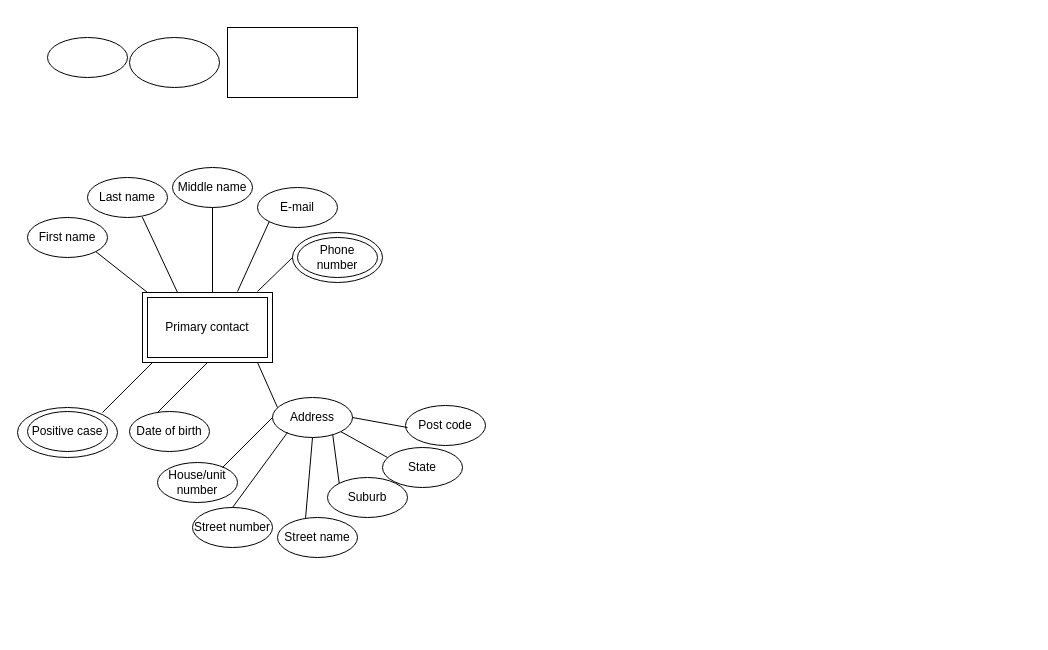
This is Untitled Diagram.drawio from pingtingw/info20003, a draw.io file, before an edit. Source tidied: cells renumbered, new cells numbered last; positions are measured from the earlier drawing's top-left corner, leaving out a move shared by most shapes. Both pictures are drawn from the tidied source at 100%, with x=0, y=0 at pixel (17, 27).
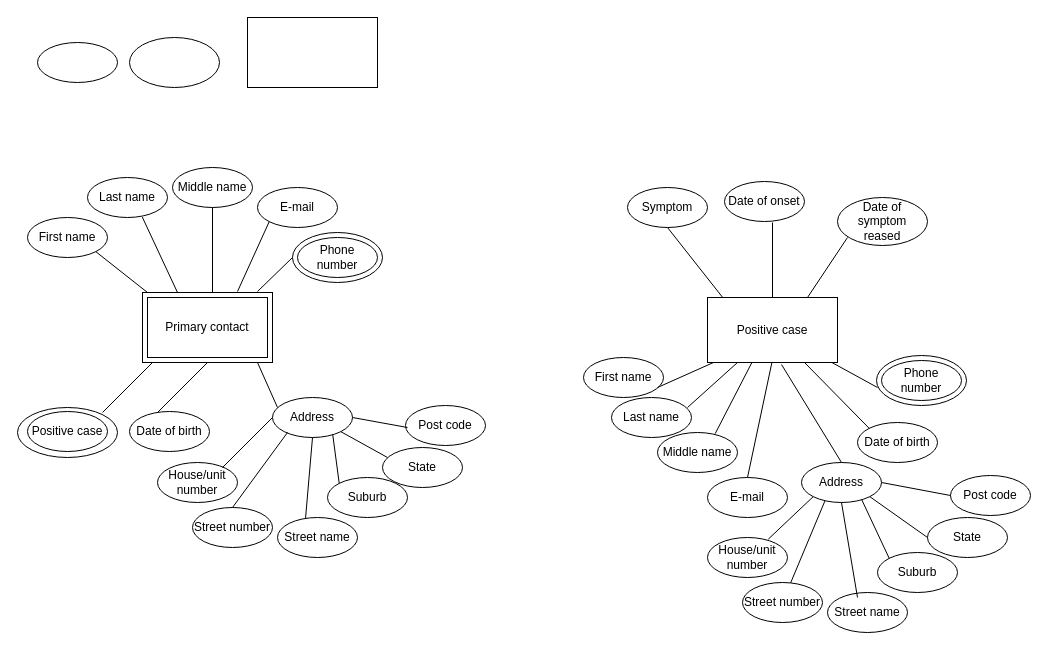
The same diagram, later.

Change to the diagram source:
```diff
@@
     <mxCell id="24" style="ellipse;whiteSpace=wrap;html=1;fillColor=none;gradientColor=none;" parent="1" vertex="1">
-      <mxGeometry x="30" y="10" width="80" height="40" as="geometry" />
+      <mxGeometry x="20" y="15" width="80" height="40" as="geometry" />
     </mxCell>
@@
     <mxCell id="37" style="rounded=0;whiteSpace=wrap;html=1;fillColor=none;" parent="1" vertex="1">
-      <mxGeometry x="210" width="130" height="70" as="geometry" />
+      <mxGeometry x="230" y="-10" width="130" height="70" as="geometry" />
     </mxCell>
+    <mxCell id="38" value="Positive case" style="rounded=0;whiteSpace=wrap;html=1;fillColor=none;" parent="1" vertex="1">
+      <mxGeometry x="690" y="270" width="130" height="65" as="geometry" />
+    </mxCell>
+    <mxCell id="39" style="endArrow=none;html=1;entryX=0.5;entryY=1;entryDx=0;entryDy=0;" parent="1" edge="1" target="42">
+      <mxGeometry relative="1" as="geometry">
+        <mxPoint x="705.2" y="270" as="sourcePoint" />
+      </mxGeometry>
+    </mxCell>
+    <mxCell id="40" style="endArrow=none;html=1;exitX=0.5;exitY=0;exitDx=0;exitDy=0;" parent="1" edge="1" source="38">
+      <mxGeometry relative="1" as="geometry">
+        <mxPoint x="755" y="195" as="targetPoint" />
+      </mxGeometry>
+    </mxCell>
+    <mxCell id="41" style="endArrow=none;html=1;" parent="1" edge="1">
+      <mxGeometry relative="1" as="geometry">
+        <mxPoint x="790" y="270" as="sourcePoint" />
+        <mxPoint x="830" y="210" as="targetPoint" />
+      </mxGeometry>
+    </mxCell>
+    <mxCell id="42" value="Symptom" style="ellipse;whiteSpace=wrap;html=1;fillColor=none;gradientColor=none;" parent="1" vertex="1">
+      <mxGeometry x="610" y="160" width="80" height="40" as="geometry" />
+    </mxCell>
+    <mxCell id="43" value="Date of onset" style="ellipse;whiteSpace=wrap;html=1;fillColor=none;gradientColor=none;" parent="1" vertex="1">
+      <mxGeometry x="707" y="154" width="80" height="40" as="geometry" />
+    </mxCell>
+    <mxCell id="44" value="Date of symptom reased" style="ellipse;whiteSpace=wrap;html=1;fillColor=none;gradientColor=none;" parent="1" vertex="1">
+      <mxGeometry x="820" y="170" width="90" height="48" as="geometry" />
+    </mxCell>
+    <mxCell id="45" style="endArrow=none;html=1;exitX=0.5;exitY=0;exitDx=0;exitDy=0;" parent="1" edge="1" source="55">
+      <mxGeometry relative="1" as="geometry">
+        <mxPoint x="754.4" y="335" as="targetPoint" />
+      </mxGeometry>
+    </mxCell>
+    <mxCell id="46" style="endArrow=none;html=1;" parent="1" edge="1">
+      <mxGeometry relative="1" as="geometry">
+        <mxPoint x="640" y="360" as="sourcePoint" />
+        <mxPoint x="696" y="335" as="targetPoint" />
+      </mxGeometry>
+    </mxCell>
+    <mxCell id="47" style="endArrow=none;html=1;" parent="1" edge="1">
+      <mxGeometry relative="1" as="geometry">
+        <mxPoint x="670" y="380" as="sourcePoint" />
+        <mxPoint x="720" y="335" as="targetPoint" />
+      </mxGeometry>
+    </mxCell>
+    <mxCell id="48" style="endArrow=none;html=1;exitX=0.5;exitY=0;exitDx=0;exitDy=0;" parent="1" edge="1" source="69">
+      <mxGeometry relative="1" as="geometry">
+        <mxPoint x="764" y="337" as="targetPoint" />
+      </mxGeometry>
+    </mxCell>
+    <mxCell id="49" style="endArrow=none;html=1;exitX=0;exitY=0;exitDx=0;exitDy=0;" parent="1" edge="1" source="56">
+      <mxGeometry relative="1" as="geometry">
+        <mxPoint x="787" y="335" as="targetPoint" />
+      </mxGeometry>
+    </mxCell>
+    <mxCell id="50" style="endArrow=none;html=1;" parent="1" edge="1">
+      <mxGeometry relative="1" as="geometry">
+        <mxPoint x="860" y="360" as="sourcePoint" />
+        <mxPoint x="814.4" y="335" as="targetPoint" />
+      </mxGeometry>
+    </mxCell>
+    <mxCell id="51" style="endArrow=none;html=1;exitX=0.721;exitY=0.029;exitDx=0;exitDy=0;exitPerimeter=0;" parent="1" edge="1" source="54">
+      <mxGeometry relative="1" as="geometry">
+        <mxPoint x="734.4" y="335" as="targetPoint" />
+      </mxGeometry>
+    </mxCell>
+    <mxCell id="52" value="First name" style="ellipse;whiteSpace=wrap;html=1;fillColor=none;gradientColor=none;" parent="1" vertex="1">
+      <mxGeometry x="566" y="330" width="80" height="40" as="geometry" />
+    </mxCell>
+    <mxCell id="53" value="Last name" style="ellipse;whiteSpace=wrap;html=1;fillColor=none;gradientColor=none;" parent="1" vertex="1">
+      <mxGeometry x="594" y="370" width="80" height="40" as="geometry" />
+    </mxCell>
+    <mxCell id="54" value="Middle name" style="ellipse;whiteSpace=wrap;html=1;fillColor=none;gradientColor=none;" parent="1" vertex="1">
+      <mxGeometry x="640" y="405" width="80" height="40" as="geometry" />
+    </mxCell>
+    <mxCell id="55" value="E-mail" style="ellipse;whiteSpace=wrap;html=1;fillColor=none;gradientColor=none;" parent="1" vertex="1">
+      <mxGeometry x="690" y="450" width="80" height="40" as="geometry" />
+    </mxCell>
+    <mxCell id="56" value="Date of birth" style="ellipse;whiteSpace=wrap;html=1;fillColor=none;gradientColor=none;" parent="1" vertex="1">
+      <mxGeometry x="840" y="395" width="80" height="40" as="geometry" />
+    </mxCell>
+    <mxCell id="57" value="House/unit number" style="ellipse;whiteSpace=wrap;html=1;fillColor=none;gradientColor=none;" parent="1" vertex="1">
+      <mxGeometry x="690" y="510" width="80" height="40" as="geometry" />
+    </mxCell>
+    <mxCell id="58" value="Street number" style="ellipse;whiteSpace=wrap;html=1;fillColor=none;gradientColor=none;" parent="1" vertex="1">
+      <mxGeometry x="725" y="555" width="80" height="40" as="geometry" />
+    </mxCell>
+    <mxCell id="59" value="Street name" style="ellipse;whiteSpace=wrap;html=1;fillColor=none;gradientColor=none;" parent="1" vertex="1">
+      <mxGeometry x="810" y="565" width="80" height="40" as="geometry" />
+    </mxCell>
+    <mxCell id="60" value="Suburb" style="ellipse;whiteSpace=wrap;html=1;fillColor=none;gradientColor=none;" parent="1" vertex="1">
+      <mxGeometry x="860" y="525" width="80" height="40" as="geometry" />
+    </mxCell>
+    <mxCell id="61" value="State" style="ellipse;whiteSpace=wrap;html=1;fillColor=none;gradientColor=none;" parent="1" vertex="1">
+      <mxGeometry x="910" y="490" width="80" height="40" as="geometry" />
+    </mxCell>
+    <mxCell id="62" value="Post code" style="ellipse;whiteSpace=wrap;html=1;fillColor=none;gradientColor=none;" parent="1" vertex="1">
+      <mxGeometry x="933" y="448" width="80" height="40" as="geometry" />
+    </mxCell>
+    <mxCell id="63" style="endArrow=none;html=1;entryX=0.292;entryY=0.964;entryDx=0;entryDy=0;entryPerimeter=0;" parent="1" edge="1" source="58" target="69">
+      <mxGeometry relative="1" as="geometry" />
+    </mxCell>
+    <mxCell id="64" style="endArrow=none;html=1;entryX=1;entryY=1;entryDx=0;entryDy=0;exitX=0;exitY=0.5;exitDx=0;exitDy=0;" parent="1" edge="1" source="61" target="69">
+      <mxGeometry relative="1" as="geometry" />
+    </mxCell>
+    <mxCell id="65" style="endArrow=none;html=1;exitX=0.759;exitY=0.043;exitDx=0;exitDy=0;exitPerimeter=0;entryX=0;entryY=1;entryDx=0;entryDy=0;" parent="1" edge="1" source="57" target="69">
+      <mxGeometry relative="1" as="geometry" />
+    </mxCell>
+    <mxCell id="66" style="endArrow=none;html=1;entryX=1;entryY=0.5;entryDx=0;entryDy=0;exitX=0;exitY=0.5;exitDx=0;exitDy=0;" parent="1" edge="1" source="62" target="69">
+      <mxGeometry relative="1" as="geometry" />
+    </mxCell>
+    <mxCell id="67" style="endArrow=none;html=1;entryX=0.753;entryY=0.93;entryDx=0;entryDy=0;entryPerimeter=0;exitX=0;exitY=0;exitDx=0;exitDy=0;" parent="1" edge="1" source="60" target="69">
+      <mxGeometry relative="1" as="geometry" />
+    </mxCell>
+    <mxCell id="68" style="endArrow=none;html=1;entryX=0.5;entryY=1;entryDx=0;entryDy=0;" parent="1" edge="1" target="69">
+      <mxGeometry relative="1" as="geometry">
+        <mxPoint x="840" y="570" as="sourcePoint" />
+      </mxGeometry>
+    </mxCell>
+    <mxCell id="69" value="Address" style="ellipse;whiteSpace=wrap;html=1;fillColor=none;gradientColor=none;" parent="1" vertex="1">
+      <mxGeometry x="784" y="435" width="80" height="40" as="geometry" />
+    </mxCell>
+    <mxCell id="70" value="Phone number" style="ellipse;whiteSpace=wrap;html=1;fillColor=none;gradientColor=none;" parent="1" vertex="1">
+      <mxGeometry x="864" y="333" width="80" height="40" as="geometry" />
+    </mxCell>
+    <mxCell id="71" style="ellipse;whiteSpace=wrap;html=1;fillColor=none;gradientColor=none;" parent="1" vertex="1">
+      <mxGeometry x="859" y="328" width="90" height="50" as="geometry" />
+    </mxCell>
```
